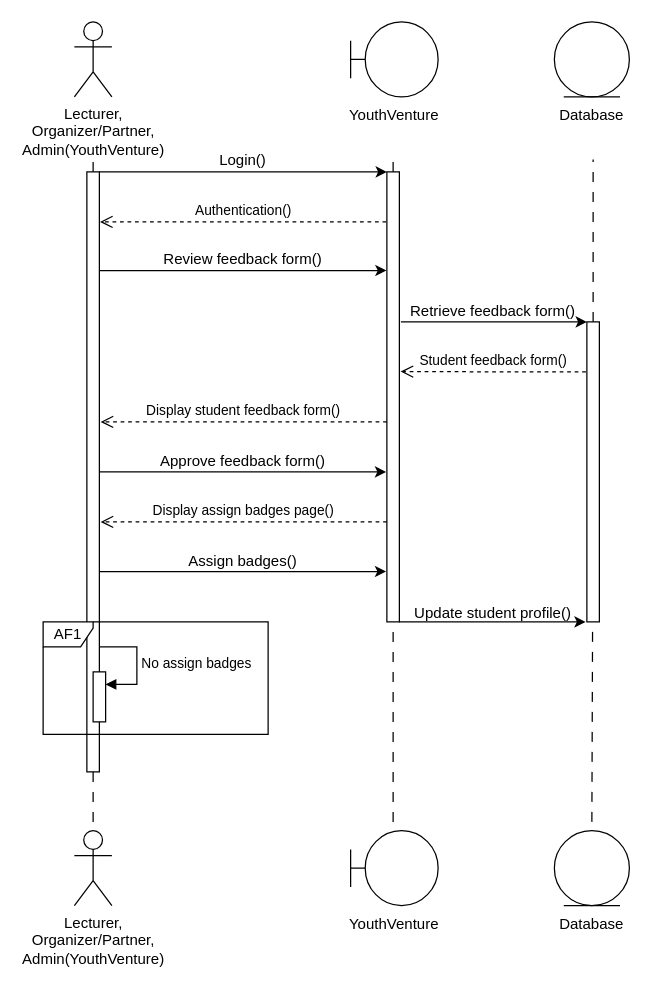
Before: sequence_diagram/UC021 seq diagram.drawio in wei2030/year2_project, a draw.io diagram. Source tidied: cells renumbered, new cells numbered last; positions are measured from the earlier drawing's top-left corner, leaving out a move shared by most shapes. Both pictures are drawn from the tidied source at 125%, with x=0, y=0 at pixel (42, 21).
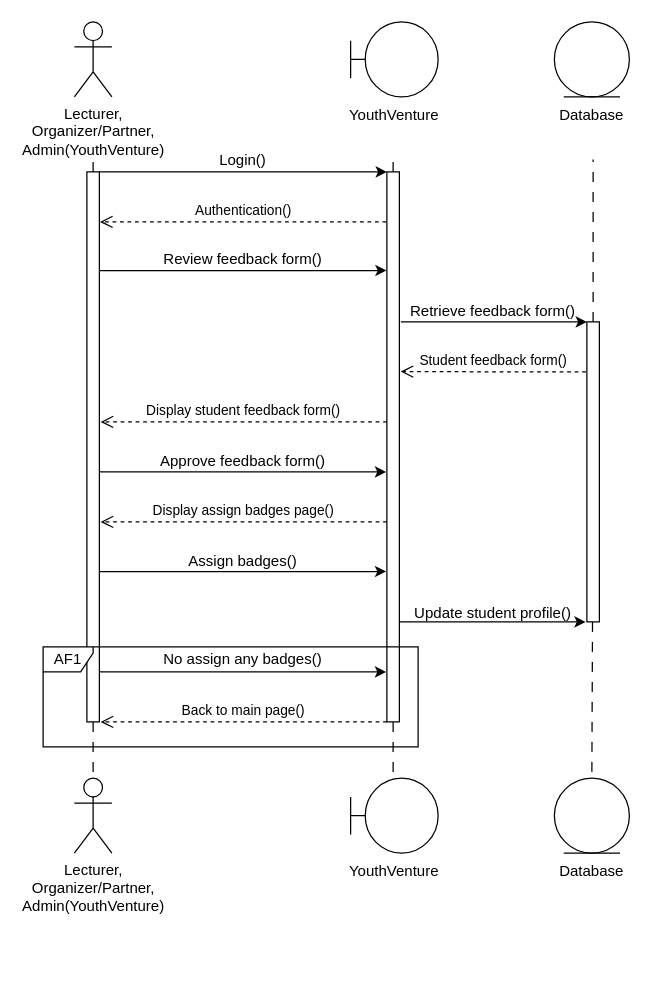
The same page after the edit.

The change refers to these unchanged cells:
```xml
<mxCell id="21" style="rounded=0;whiteSpace=wrap;html=1;" parent="1" vertex="1">
  <mxGeometry x="435" y="240" width="10" height="240" as="geometry" />
</mxCell>
```

The edit, as a diff of the source:
```diff
@@
     <mxCell id="11" style="endArrow=none;dashed=1;html=1;rounded=0;strokeWidth=1;dashPattern=8 8;" parent="1" edge="1" target="12">
       <mxGeometry relative="1" as="geometry">
-        <mxPoint x="40" y="640" as="sourcePoint" />
+        <mxPoint x="40" y="600" as="sourcePoint" />
       </mxGeometry>
     </mxCell>
     <mxCell id="12" style="rounded=0;whiteSpace=wrap;html=1;" parent="1" vertex="1">
-      <mxGeometry x="35" y="120" width="10" height="480" as="geometry" />
+      <mxGeometry x="35" y="120" width="10" height="440" as="geometry" />
     </mxCell>
     <mxCell id="13" style="endArrow=none;dashed=1;html=1;rounded=0;strokeWidth=1;dashPattern=8 8;" parent="1" edge="1" target="14">
       <mxGeometry relative="1" as="geometry">
-        <mxPoint x="280" y="640" as="sourcePoint" />
+        <mxPoint x="280" y="600" as="sourcePoint" />
       </mxGeometry>
     </mxCell>
     <mxCell id="14" style="rounded=0;whiteSpace=wrap;html=1;" parent="1" vertex="1">
-      <mxGeometry x="275" y="120" width="10" height="360" as="geometry" />
+      <mxGeometry x="275" y="120" width="10" height="440" as="geometry" />
     </mxCell>
@@
     <mxCell id="20" style="endArrow=none;dashed=1;html=1;rounded=0;strokeWidth=1;dashPattern=8 8;" parent="1" edge="1" target="21">
       <mxGeometry relative="1" as="geometry">
-        <mxPoint x="439" y="640" as="sourcePoint" />
+        <mxPoint x="439" y="600" as="sourcePoint" />
       </mxGeometry>
     </mxCell>
@@
     <mxCell id="29" value="Lecturer,&lt;br style=&quot;border-color: var(--border-color);&quot;&gt;Organizer/Partner,&lt;br style=&quot;border-color: var(--border-color);&quot;&gt;Admin(YouthVenture)" style="shape=umlActor;verticalLabelPosition=bottom;verticalAlign=top;html=1;" parent="1" vertex="1">
-      <mxGeometry x="25" y="647" width="30" height="60" as="geometry" />
+      <mxGeometry x="25" y="605" width="30" height="60" as="geometry" />
     </mxCell>
     <mxCell id="30" style="group;" parent="1" vertex="1">
-      <mxGeometry x="246" y="647" width="70" height="90" as="geometry" />
+      <mxGeometry x="246" y="605" width="70" height="90" as="geometry" />
     </mxCell>
@@
     <mxCell id="33" style="ellipse;shape=umlEntity;whiteSpace=wrap;html=1;" parent="1" vertex="1">
-      <mxGeometry x="409" y="647" width="60" height="60" as="geometry" />
+      <mxGeometry x="409" y="605" width="60" height="60" as="geometry" />
     </mxCell>
     <mxCell id="34" value="Database" style="text;html=1;strokeColor=none;fillColor=none;align=center;verticalAlign=middle;whiteSpace=wrap;rounded=0;" parent="1" vertex="1">
-      <mxGeometry x="409" y="707" width="60" height="30" as="geometry" />
+      <mxGeometry x="409" y="665" width="60" height="30" as="geometry" />
     </mxCell>
     <mxCell id="35" value="AF1" style="shape=umlFrame;whiteSpace=wrap;html=1;width=40;height=20;" parent="1" vertex="1">
-      <mxGeometry y="480" width="180" height="90" as="geometry" />
+      <mxGeometry y="500" width="300" height="80" as="geometry" />
     </mxCell>
@@
-    <mxCell id="40" style="html=1;points=[[0,0,0,0,5],[0,1,0,0,-5],[1,0,0,0,5],[1,1,0,0,-5]];perimeter=orthogonalPerimeter;outlineConnect=0;targetShapes=umlLifeline;portConstraint=eastwest;newEdgeStyle={&quot;curved&quot;:0,&quot;rounded&quot;:0};" parent="1" vertex="1">
-      <mxGeometry x="40" y="520" width="10" height="40" as="geometry" />
-    </mxCell>
-    <mxCell id="41" value="No assign badges" style="html=1;align=left;spacingLeft=2;endArrow=block;rounded=0;edgeStyle=orthogonalEdgeStyle;curved=0;rounded=0;" parent="1" edge="1" target="40">
-      <mxGeometry relative="1" as="geometry">
-        <mxPoint x="45" y="500" as="sourcePoint" />
-        <Array as="points">
-          <mxPoint x="75" y="530" />
-        </Array>
-      </mxGeometry>
-    </mxCell>
+    <mxCell id="42" style="endArrow=classic;html=1;rounded=0;exitX=1.02;exitY=0.712;exitDx=0;exitDy=0;exitPerimeter=0;entryX=-0.04;entryY=0.712;entryDx=0;entryDy=0;entryPerimeter=0;" parent="1" edge="1">
+      <mxGeometry relative="1" as="geometry">
+        <mxPoint x="45" y="520" as="sourcePoint" />
+        <mxPoint x="274.4" y="520" as="targetPoint" />
+      </mxGeometry>
+    </mxCell>
+    <mxCell id="43" value="No assign any badges()" style="text;html=1;strokeColor=none;fillColor=none;align=center;verticalAlign=middle;whiteSpace=wrap;rounded=0;" parent="1" vertex="1">
+      <mxGeometry x="90" y="495" width="140" height="30" as="geometry" />
+    </mxCell>
+    <mxCell id="44" value="Back to main page()" style="html=1;verticalAlign=bottom;endArrow=open;dashed=1;endSize=8;curved=0;rounded=0;exitX=-0.012;exitY=0.383;exitDx=0;exitDy=0;exitPerimeter=0;entryX=1.085;entryY=0.383;entryDx=0;entryDy=0;entryPerimeter=0;" parent="1" edge="1">
+      <mxGeometry relative="1" as="geometry">
+        <mxPoint x="275" y="560" as="sourcePoint" />
+        <mxPoint x="46" y="560" as="targetPoint" />
+      </mxGeometry>
+    </mxCell>
```
